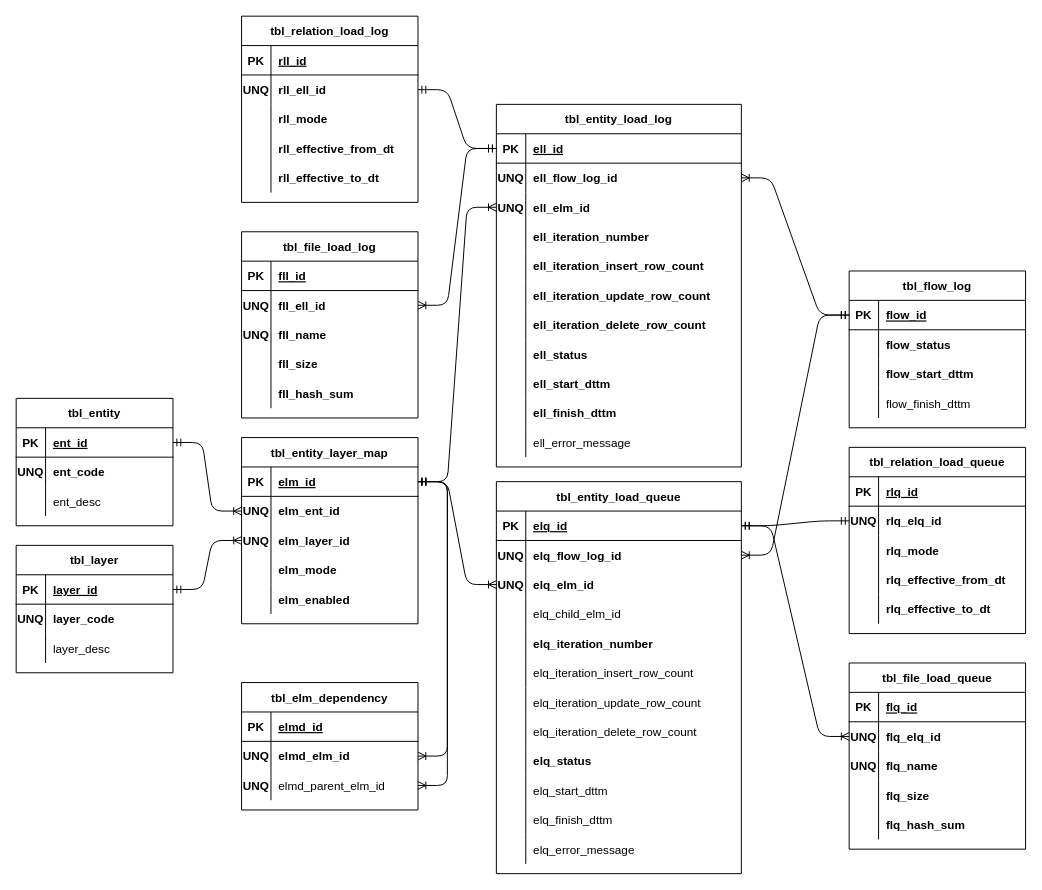
pw095/Amanauz keeps this draw.io diagram as diagram/erd/meta.drawio. Above is the earlier version. Source tidied: cells renumbered, new cells numbered last; positions are measured from the earlier drawing's top-left corner, leaving out a move shared by most shapes. Both pictures are drawn from the tidied source at 98%, with x=0, y=0 at pixel (16, 16).
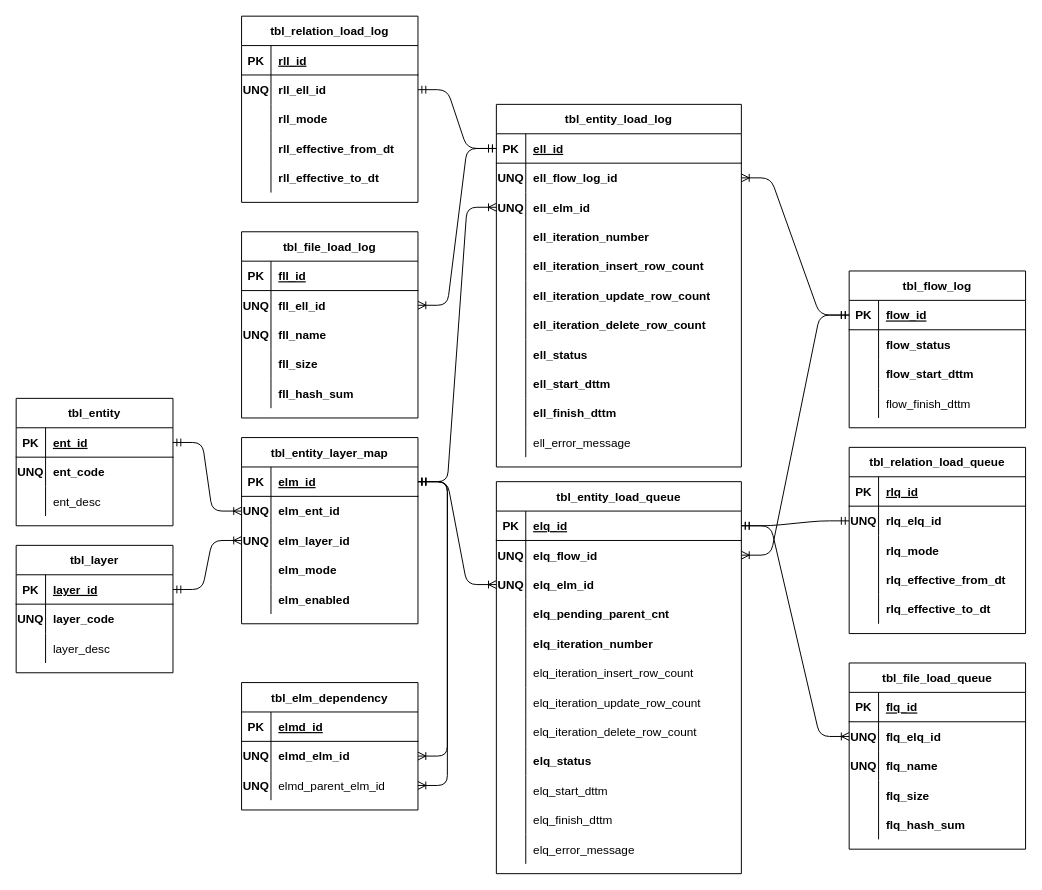
After the change.

The change refers to these unchanged cells:
```xml
<mxCell id="139" style="shape=partialRectangle;fillColor=none;top=0;left=0;bottom=0;right=0;points=[[0,0.5],[1,0.5]];portConstraint=eastwest;" parent="135" vertex="1">
  <mxGeometry y="60" width="250" height="30" as="geometry" />
</mxCell>
<mxCell id="145" style="shape=partialRectangle;fillColor=none;top=0;left=0;bottom=0;right=0;" parent="135" vertex="1">
  <mxGeometry y="120" width="250" height="30" as="geometry" />
</mxCell>
```

Diff of the diagram source:
```diff
@@
-    <mxCell id="141" value="elq_flow_log_id" style="shape=partialRectangle;fillColor=none;top=0;left=0;bottom=0;right=0;align=left;spacingLeft=6;overflow=hidden;fontStyle=1;" parent="139" vertex="1">
+    <mxCell id="141" value="elq_flow_id" style="shape=partialRectangle;fillColor=none;top=0;left=0;bottom=0;right=0;align=left;spacingLeft=6;overflow=hidden;fontStyle=1;" parent="139" vertex="1">
       <mxGeometry x="30" width="220" height="30" as="geometry" />
     </mxCell>
@@
-    <mxCell id="147" value="elq_child_elm_id" style="shape=partialRectangle;fillColor=none;top=0;left=0;bottom=0;right=0;align=left;spacingLeft=6;overflow=hidden;fontStyle=0;" parent="145" vertex="1">
+    <mxCell id="147" value="elq_pending_parent_cnt" style="shape=partialRectangle;fillColor=none;top=0;left=0;bottom=0;right=0;align=left;spacingLeft=6;overflow=hidden;fontStyle=1;" parent="145" vertex="1">
       <mxGeometry x="30" width="220" height="30" as="geometry" />
     </mxCell>
```
